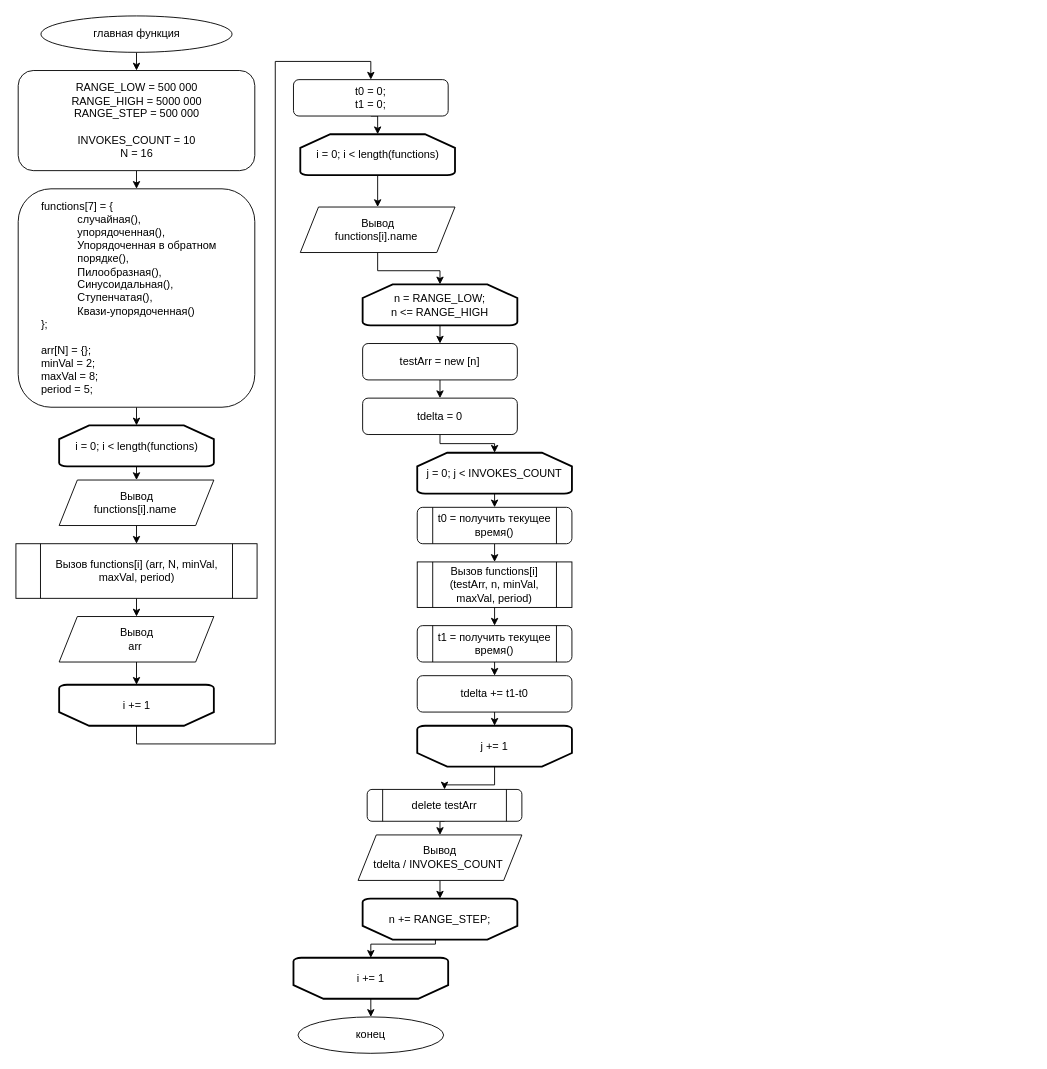
Above: docs/lab1/lab1.drawio in GalaxyShad/SurSU_Algo (draw.io), before the change. Source tidied: cells renumbered, new cells numbered last; positions are measured from the earlier drawing's top-left corner, leaving out a move shared by most shapes. Both pictures are drawn from the tidied source at 91%, with x=0, y=0 at pixel (15, 15).
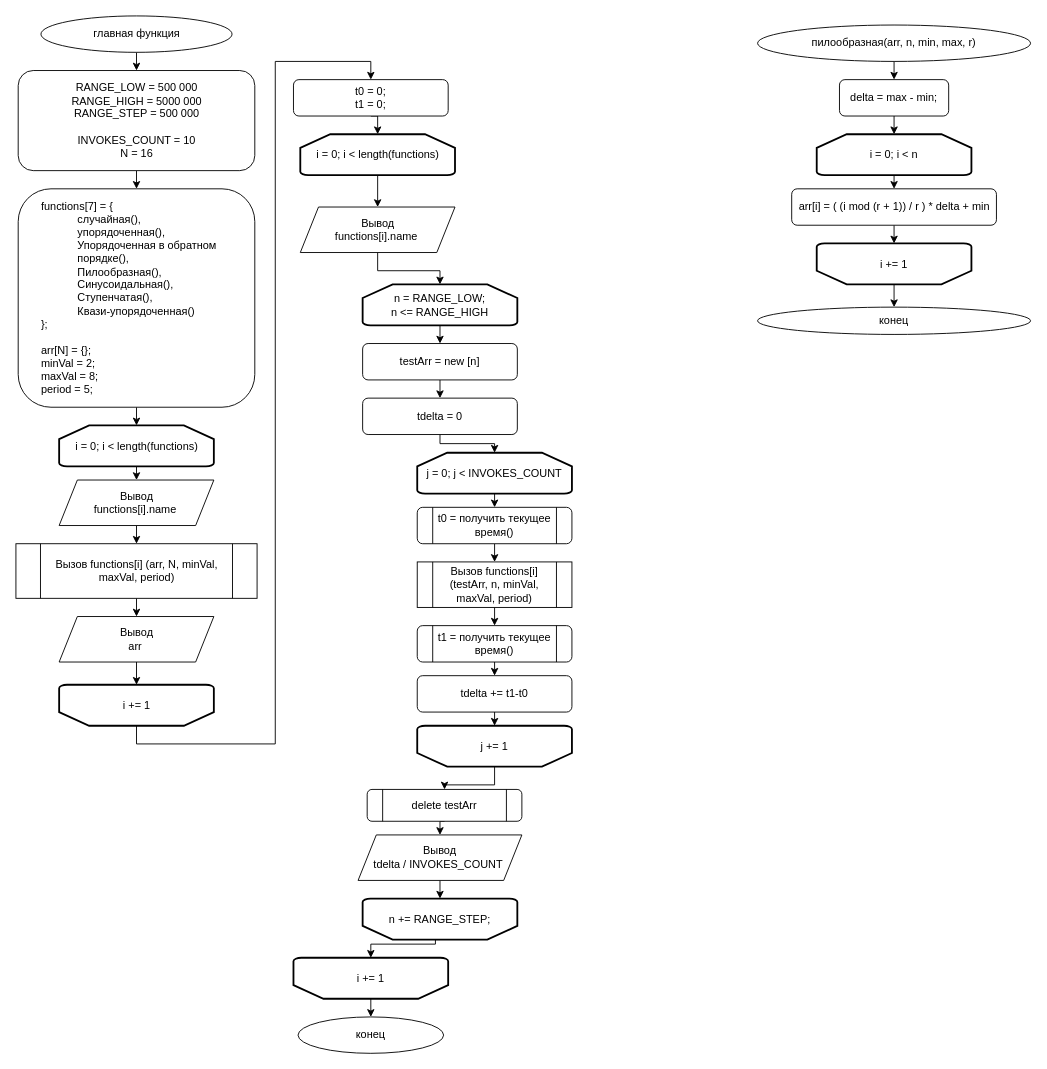
The same page after the edit.

Diff of the diagram source:
```diff
@@
+    <mxCell id="52" style="edgeStyle=orthogonalEdgeStyle;rounded=0;jettySize=auto;html=1;exitX=0.5;exitY=1;exitDx=0;exitDy=0;entryX=0.5;entryY=0;entryDx=0;entryDy=0;" parent="1" edge="1" source="53" target="55">
+      <mxGeometry relative="1" as="geometry" />
+    </mxCell>
+    <mxCell id="53" value="пилообразная(arr, n, min, max, r)" style="ellipse;whiteSpace=wrap;html=1;rounded=1;shadow=0;" parent="1" vertex="1">
+      <mxGeometry x="815" y="10" width="300" height="40" as="geometry" />
+    </mxCell>
+    <mxCell id="54" style="edgeStyle=orthogonalEdgeStyle;rounded=0;jettySize=auto;html=1;exitX=0.5;exitY=1;exitDx=0;exitDy=0;entryX=0.5;entryY=0;entryDx=0;entryDy=0;entryPerimeter=0;" parent="1" edge="1" source="55" target="57">
+      <mxGeometry relative="1" as="geometry" />
+    </mxCell>
+    <mxCell id="55" value="delta = max - min;" style="rounded=1;whiteSpace=wrap;html=1;shadow=0;" parent="1" vertex="1">
+      <mxGeometry x="905" y="70" width="120" height="40" as="geometry" />
+    </mxCell>
+    <mxCell id="56" style="edgeStyle=orthogonalEdgeStyle;rounded=0;jettySize=auto;html=1;exitX=0.5;exitY=1;exitDx=0;exitDy=0;exitPerimeter=0;entryX=0.5;entryY=0;entryDx=0;entryDy=0;" parent="1" edge="1" source="57" target="61">
+      <mxGeometry relative="1" as="geometry" />
+    </mxCell>
+    <mxCell id="57" value="i = 0; i &amp;lt; n" style="strokeWidth=2;html=1;shape=mxgraph.flowchart.loop_limit;whiteSpace=wrap;rounded=1;verticalAlign=middle;shadow=0;flipV=0;" parent="1" vertex="1">
+      <mxGeometry x="880" y="130" width="170" height="45" as="geometry" />
+    </mxCell>
+    <mxCell id="58" style="edgeStyle=orthogonalEdgeStyle;rounded=0;jettySize=auto;html=1;exitX=0.5;exitY=0;exitDx=0;exitDy=0;exitPerimeter=0;entryX=0.5;entryY=0;entryDx=0;entryDy=0;" parent="1" edge="1" source="59" target="62">
+      <mxGeometry relative="1" as="geometry" />
+    </mxCell>
+    <mxCell id="59" value="i += 1" style="strokeWidth=2;html=1;shape=mxgraph.flowchart.loop_limit;whiteSpace=wrap;rounded=1;verticalAlign=middle;shadow=0;flipV=1;" parent="1" vertex="1">
+      <mxGeometry x="880" y="250" width="170" height="45" as="geometry" />
+    </mxCell>
+    <mxCell id="60" style="edgeStyle=orthogonalEdgeStyle;rounded=0;jettySize=auto;html=1;exitX=0.5;exitY=1;exitDx=0;exitDy=0;entryX=0.5;entryY=1;entryDx=0;entryDy=0;entryPerimeter=0;" parent="1" edge="1" source="61" target="59">
+      <mxGeometry relative="1" as="geometry" />
+    </mxCell>
+    <mxCell id="61" value="arr[i] = ( (i mod (r + 1)) / r ) * delta + min" style="rounded=1;whiteSpace=wrap;html=1;shadow=0;" parent="1" vertex="1">
+      <mxGeometry x="852.5" y="190" width="225" height="40" as="geometry" />
+    </mxCell>
+    <mxCell id="62" value="конец" style="ellipse;whiteSpace=wrap;html=1;rounded=1;shadow=0;" parent="1" vertex="1">
+      <mxGeometry x="815" y="320" width="300" height="30" as="geometry" />
+    </mxCell>
```
